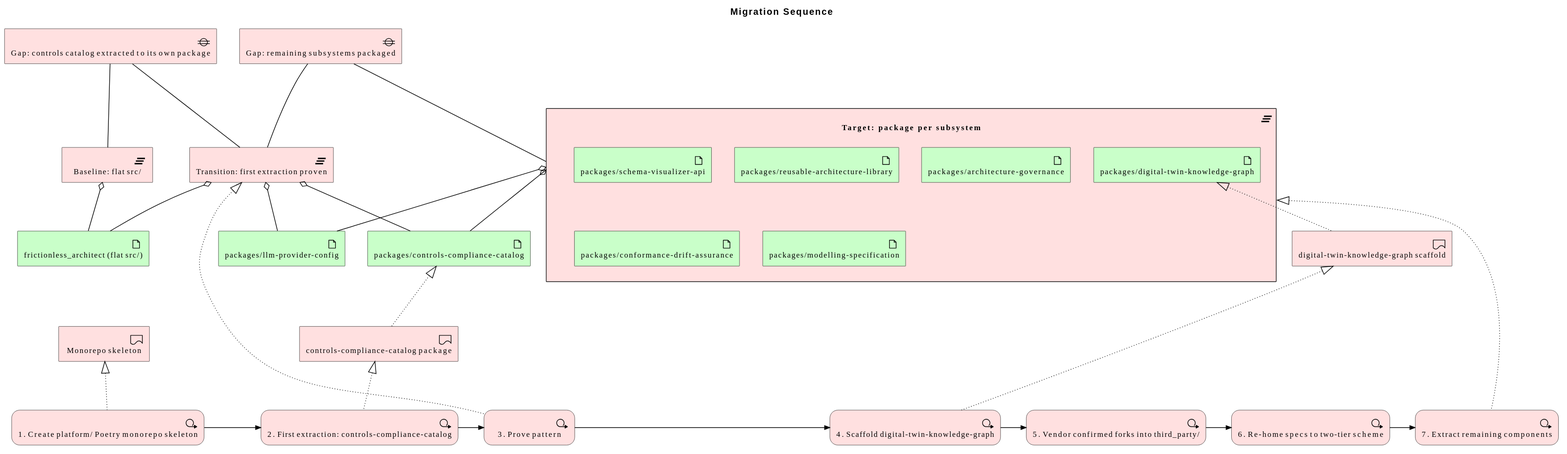
Before: architecture/model/diagrams/migration/sequence.svg, a diagram exported from PlantUML (wolffy-au/frictionless-architect).
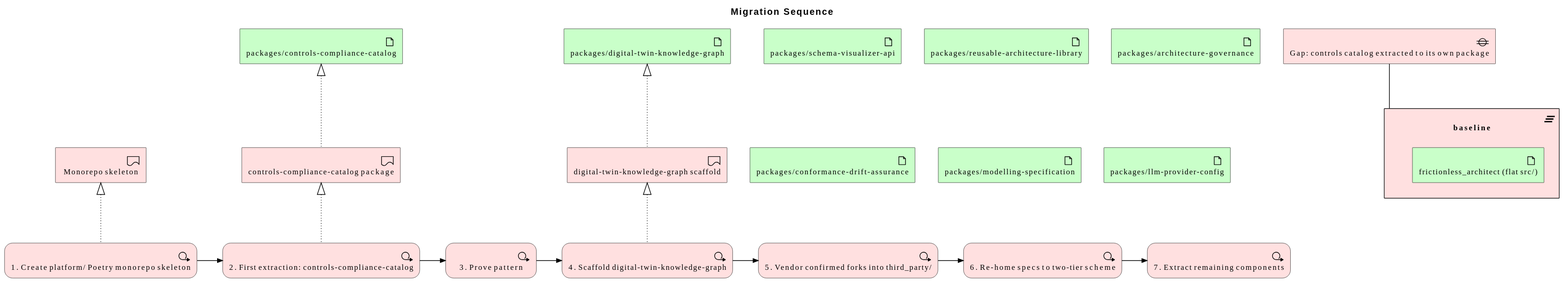
The same file after the commit.

The edit, as a diff of the source:
```diff
@@ -3,8 +3,13 @@
 
 title Migration Sequence
 
-Technology_Artifact(e_id9b247a70d9f258, "frictionless_architect (flat src/)")
+Technology_Artifact(e_id11f06faa9d2d5d, "packages/schema-visualizer-api")
+Technology_Artifact(e_id69891242354858, "packages/digital-twin-knowledge-graph")
 Technology_Artifact(e_idfcb391a9833b5b, "packages/controls-compliance-catalog")
+Technology_Artifact(e_id3ac7123fc98d52, "packages/reusable-architecture-library")
+Technology_Artifact(e_id880eb98a22b15c, "packages/architecture-governance")
+Technology_Artifact(e_idb422fae52e4652, "packages/conformance-drift-assurance")
+Technology_Artifact(e_id42d611ba8e6759, "packages/modelling-specification")
 Technology_Artifact(e_id2b059f9c51b053, "packages/llm-provider-config")
 Implementation_WorkPackage(e_idbd449c19b4d151, "1. Create platform/ Poetry monorepo skeleton")
 Implementation_WorkPackage(e_idf7f5656c5dbc55, "2. First extraction: controls-compliance-catalog")
@@ -16,18 +21,10 @@
 Implementation_Deliverable(e_idbee89c6988a65e, "Monorepo skeleton")
 Implementation_Deliverable(e_iddb0e3448ac8e55, "controls-compliance-catalog package")
 Implementation_Deliverable(e_idfd60d816da9a57, "digital-twin-knowledge-graph scaffold")
-Implementation_Plateau(e_id4accde76fa5858, "Baseline: flat src/")
-Implementation_Plateau(e_id0b25de8c31c356, "Transition: first extraction proven")
-Implementation_Plateau(e_idc612f81efc8758, "Target: package per subsystem") {
-  Technology_Artifact(e_id11f06faa9d2d5d, "packages/schema-visualizer-api")
-  Technology_Artifact(e_id69891242354858, "packages/digital-twin-knowledge-graph")
-  Technology_Artifact(e_id3ac7123fc98d52, "packages/reusable-architecture-library")
-  Technology_Artifact(e_id880eb98a22b15c, "packages/architecture-governance")
-  Technology_Artifact(e_idb422fae52e4652, "packages/conformance-drift-assurance")
-  Technology_Artifact(e_id42d611ba8e6759, "packages/modelling-specification")
+Implementation_Plateau(e_id4accde76fa5858, "baseline") {
+  Technology_Artifact(e_id9b247a70d9f258, "frictionless_architect (flat src/)")
 }
 Implementation_Gap(e_idea9942f7e66155, "Gap: controls catalog extracted to its own package")
-Implementation_Gap(e_id46193b16238b5f, "Gap: remaining subsystems packaged")
 
 Rel_Triggering_Right(e_idbd449c19b4d151, e_idf7f5656c5dbc55, "")
 Rel_Triggering_Right(e_idf7f5656c5dbc55, e_id8526bedb919051, "")
@@ -40,16 +37,5 @@
 Rel_Realization_Up(e_idb5aefc03c12758, e_idfd60d816da9a57, "")
 Rel_Realization_Up(e_iddb0e3448ac8e55, e_idfcb391a9833b5b, "")
 Rel_Realization_Up(e_idfd60d816da9a57, e_id69891242354858, "")
-Rel_Realization_Up(e_id8526bedb919051, e_id0b25de8c31c356, "")
-Rel_Realization_Up(e_idb1ceb35faf4e51, e_idc612f81efc8758, "")
-Rel_Aggregation(e_id4accde76fa5858, e_id9b247a70d9f258, "")
-Rel_Aggregation(e_id0b25de8c31c356, e_id9b247a70d9f258, "")
-Rel_Aggregation(e_id0b25de8c31c356, e_idfcb391a9833b5b, "")
-Rel_Aggregation(e_id0b25de8c31c356, e_id2b059f9c51b053, "")
-Rel_Aggregation(e_idc612f81efc8758, e_idfcb391a9833b5b, "")
-Rel_Aggregation(e_idc612f81efc8758, e_id2b059f9c51b053, "")
 Rel_Association(e_idea9942f7e66155, e_id4accde76fa5858, "")
-Rel_Association(e_idea9942f7e66155, e_id0b25de8c31c356, "")
-Rel_Association(e_id46193b16238b5f, e_id0b25de8c31c356, "")
-Rel_Association(e_id46193b16238b5f, e_idc612f81efc8758, "")
 @enduml
```
